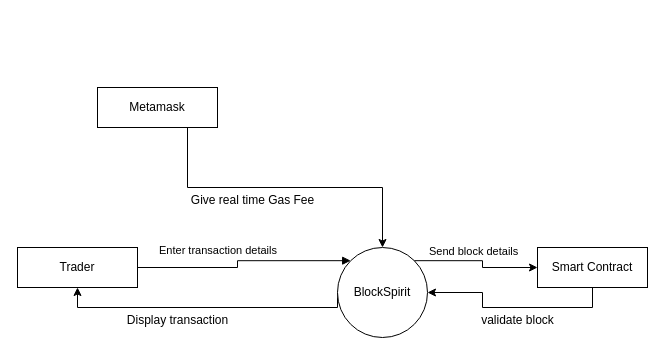
The draw.io diagram dfd.drawio in CODEX108/Computer-Security, before the edit. Source tidied: cells renumbered, new cells numbered last; positions are measured from the earlier drawing's top-left corner, leaving out a move shared by most shapes. Both pictures are drawn from the tidied source at 100%, with x=0, y=0 at pixel (17, 87).
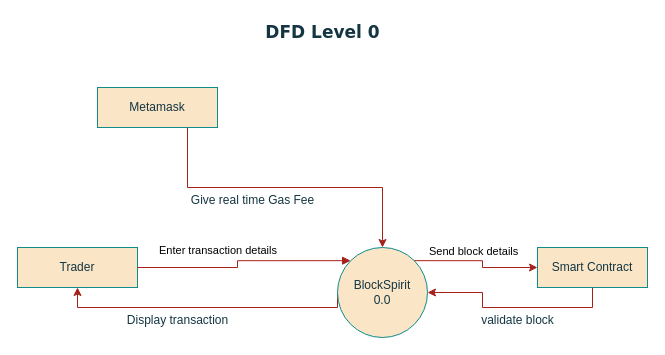
The same page after the edit.

What changed in the source:
```diff
@@
 <mxGraphModel>
   <root>
     <mxCell id="0" />
     <mxCell id="1" parent="0" />
-    <mxCell id="2" style="edgeStyle=orthogonalEdgeStyle;rounded=0;jettySize=auto;html=1;exitX=0;exitY=0.5;exitDx=0;exitDy=0;entryX=0.5;entryY=1;entryDx=0;entryDy=0;" parent="1" edge="1" source="3" target="4">
+    <mxCell id="2" style="edgeStyle=orthogonalEdgeStyle;rounded=0;jettySize=auto;html=1;exitX=0;exitY=0.5;exitDx=0;exitDy=0;entryX=0.5;entryY=1;entryDx=0;entryDy=0;labelBackgroundColor=none;strokeColor=#A8201A;fontColor=default;" parent="1" edge="1" source="3" target="4">
       <mxGeometry relative="1" as="geometry">
         <Array as="points">
           <mxPoint x="320" y="220" />
           <mxPoint x="60" y="220" />
         </Array>
       </mxGeometry>
     </mxCell>
-    <mxCell id="3" value="BlockSpirit" style="ellipse;whiteSpace=wrap;html=1;" parent="1" vertex="1">
+    <mxCell id="3" value="BlockSpirit&lt;br&gt;0.0" style="ellipse;whiteSpace=wrap;html=1;labelBackgroundColor=none;fillColor=#FAE5C7;strokeColor=#0F8B8D;fontColor=#143642;" parent="1" vertex="1">
       <mxGeometry x="320" y="160" width="90" height="90" as="geometry" />
     </mxCell>
-    <mxCell id="4" value="Trader" style="rounded=0;whiteSpace=wrap;html=1;" parent="1" vertex="1">
+    <mxCell id="4" value="Trader" style="rounded=0;whiteSpace=wrap;html=1;labelBackgroundColor=none;fillColor=#FAE5C7;strokeColor=#0F8B8D;fontColor=#143642;" parent="1" vertex="1">
       <mxGeometry y="160" width="120" height="40" as="geometry" />
     </mxCell>
-    <mxCell id="5" style="edgeStyle=orthogonalEdgeStyle;rounded=0;jettySize=auto;html=1;exitX=0.75;exitY=1;exitDx=0;exitDy=0;entryX=0.5;entryY=0;entryDx=0;entryDy=0;" parent="1" edge="1" source="6" target="3">
+    <mxCell id="5" style="edgeStyle=orthogonalEdgeStyle;rounded=0;jettySize=auto;html=1;exitX=0.75;exitY=1;exitDx=0;exitDy=0;entryX=0.5;entryY=0;entryDx=0;entryDy=0;labelBackgroundColor=none;strokeColor=#A8201A;fontColor=default;" parent="1" edge="1" source="6" target="3">
       <mxGeometry relative="1" as="geometry" />
     </mxCell>
-    <mxCell id="6" value="Metamask" style="rounded=0;whiteSpace=wrap;html=1;" parent="1" vertex="1">
+    <mxCell id="6" value="Metamask" style="rounded=0;whiteSpace=wrap;html=1;labelBackgroundColor=none;fillColor=#FAE5C7;strokeColor=#0F8B8D;fontColor=#143642;" parent="1" vertex="1">
       <mxGeometry x="80" width="120" height="40" as="geometry" />
     </mxCell>
-    <mxCell id="7" style="edgeStyle=orthogonalEdgeStyle;rounded=0;jettySize=auto;html=1;exitX=0.5;exitY=1;exitDx=0;exitDy=0;entryX=1;entryY=0.5;entryDx=0;entryDy=0;" parent="1" edge="1" source="8" target="3">
+    <mxCell id="7" style="edgeStyle=orthogonalEdgeStyle;rounded=0;jettySize=auto;html=1;exitX=0.5;exitY=1;exitDx=0;exitDy=0;entryX=1;entryY=0.5;entryDx=0;entryDy=0;labelBackgroundColor=none;strokeColor=#A8201A;fontColor=default;" parent="1" edge="1" source="8" target="3">
       <mxGeometry relative="1" as="geometry" />
     </mxCell>
-    <mxCell id="8" value="Smart Contract" style="html=1;whiteSpace=wrap;" parent="1" vertex="1">
+    <mxCell id="8" value="Smart Contract" style="html=1;whiteSpace=wrap;labelBackgroundColor=none;fillColor=#FAE5C7;strokeColor=#0F8B8D;fontColor=#143642;" parent="1" vertex="1">
       <mxGeometry x="520" y="160" width="110" height="40" as="geometry" />
     </mxCell>
-    <mxCell id="9" value="Enter transaction details" style="endArrow=block;endFill=1;html=1;edgeStyle=orthogonalEdgeStyle;align=left;verticalAlign=top;rounded=0;exitX=1;exitY=0.5;exitDx=0;exitDy=0;entryX=0;entryY=0;entryDx=0;entryDy=0;" parent="1" edge="1" source="4" target="3">
+    <mxCell id="9" value="Enter transaction details" style="endArrow=block;endFill=1;html=1;edgeStyle=orthogonalEdgeStyle;align=left;verticalAlign=top;rounded=0;exitX=1;exitY=0.5;exitDx=0;exitDy=0;entryX=0;entryY=0;entryDx=0;entryDy=0;labelBackgroundColor=none;strokeColor=#A8201A;fontColor=default;" parent="1" edge="1" source="4" target="3">
       <mxGeometry x="-0.82" y="30" relative="1" as="geometry" />
     </mxCell>
-    <mxCell id="10" value="&lt;span style=&quot;color: rgb(0, 0, 0); font-family: Helvetica; font-size: 11px; font-style: normal; font-variant-ligatures: normal; font-variant-caps: normal; font-weight: 400; letter-spacing: normal; orphans: 2; text-align: left; text-indent: 0px; text-transform: none; widows: 2; word-spacing: 0px; -webkit-text-stroke-width: 0px; white-space: nowrap; background-color: rgb(255, 255, 255); text-decoration-thickness: initial; text-decoration-style: initial; text-decoration-color: initial; display: inline !important; float: none;&quot;&gt;Send block details&lt;/span&gt;" style="text;whiteSpace=wrap;html=1;" parent="1" vertex="1">
+    <mxCell id="10" value="&lt;span style=&quot;color: rgb(0, 0, 0); font-family: Helvetica; font-size: 11px; font-style: normal; font-variant-ligatures: normal; font-variant-caps: normal; font-weight: 400; letter-spacing: normal; orphans: 2; text-align: left; text-indent: 0px; text-transform: none; widows: 2; word-spacing: 0px; -webkit-text-stroke-width: 0px; white-space: nowrap; background-color: rgb(255, 255, 255); text-decoration-thickness: initial; text-decoration-style: initial; text-decoration-color: initial; display: inline !important; float: none;&quot;&gt;Send block details&lt;/span&gt;" style="text;whiteSpace=wrap;html=1;labelBackgroundColor=none;fontColor=#143642;" parent="1" vertex="1">
       <mxGeometry x="410" y="150" width="100" height="40" as="geometry" />
     </mxCell>
-    <mxCell id="11" value="Give real time Gas Fee" style="text;html=1;align=center;verticalAlign=middle;strokeColor=none;fillColor=none;" parent="1" vertex="1">
+    <mxCell id="11" value="Give real time Gas Fee" style="text;html=1;align=center;verticalAlign=middle;strokeColor=none;fillColor=none;labelBackgroundColor=none;fontColor=#143642;" parent="1" vertex="1">
       <mxGeometry x="160" y="98" width="150" height="30" as="geometry" />
     </mxCell>
-    <mxCell id="12" value="Display transaction" style="text;html=1;align=center;verticalAlign=middle;strokeColor=none;fillColor=none;" parent="1" vertex="1">
+    <mxCell id="12" value="Display transaction" style="text;html=1;align=center;verticalAlign=middle;strokeColor=none;fillColor=none;labelBackgroundColor=none;fontColor=#143642;" parent="1" vertex="1">
       <mxGeometry x="95" y="218" width="130" height="30" as="geometry" />
     </mxCell>
-    <mxCell id="13" style="edgeStyle=orthogonalEdgeStyle;rounded=0;jettySize=auto;html=1;exitX=1;exitY=0;exitDx=0;exitDy=0;" parent="1" edge="1" source="3" target="8">
+    <mxCell id="13" style="edgeStyle=orthogonalEdgeStyle;rounded=0;jettySize=auto;html=1;exitX=1;exitY=0;exitDx=0;exitDy=0;labelBackgroundColor=none;strokeColor=#A8201A;fontColor=default;" parent="1" edge="1" source="3" target="8">
       <mxGeometry relative="1" as="geometry" />
     </mxCell>
-    <mxCell id="14" value="validate block" style="text;html=1;align=center;verticalAlign=middle;strokeColor=none;fillColor=none;" parent="1" vertex="1">
+    <mxCell id="14" value="validate block" style="text;html=1;align=center;verticalAlign=middle;strokeColor=none;fillColor=none;labelBackgroundColor=none;fontColor=#143642;" parent="1" vertex="1">
       <mxGeometry x="450" y="218" width="100" height="30" as="geometry" />
     </mxCell>
+    <mxCell id="15" value="DFD Level 0" style="text;html=1;align=center;verticalAlign=middle;strokeColor=none;fillColor=none;fontColor=#143642;fontStyle=1;fontFamily=Verdana;fontSize=17;" parent="1" vertex="1">
+      <mxGeometry x="240" y="-70" width="130" height="30" as="geometry" />
+    </mxCell>
   </root>
 </mxGraphModel>
```
